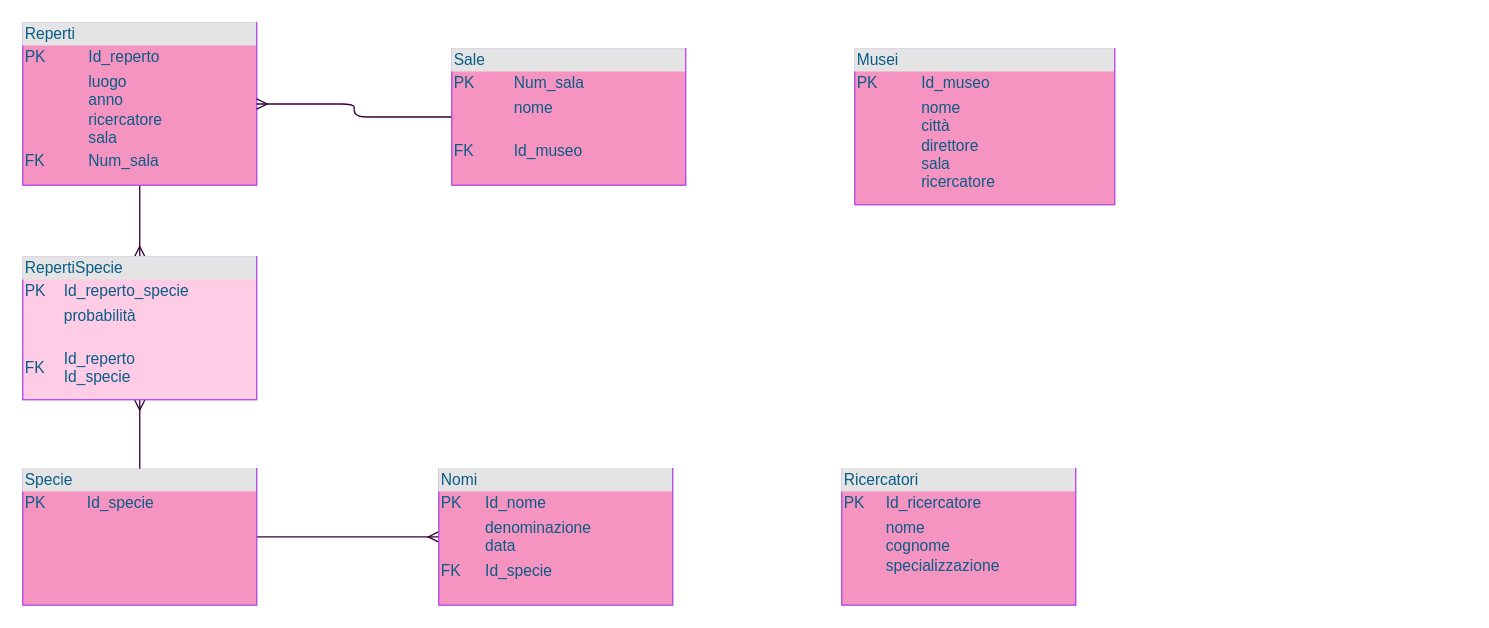
Before: paleontologia.drawio in giadaventurini-pixel/vivailmelita, a draw.io diagram. Source tidied: cells renumbered, new cells numbered last; positions are measured from the earlier drawing's top-left corner, leaving out a move shared by most shapes. Both pictures are drawn from the tidied source at 130%, with x=0, y=0 at pixel (22, 22).
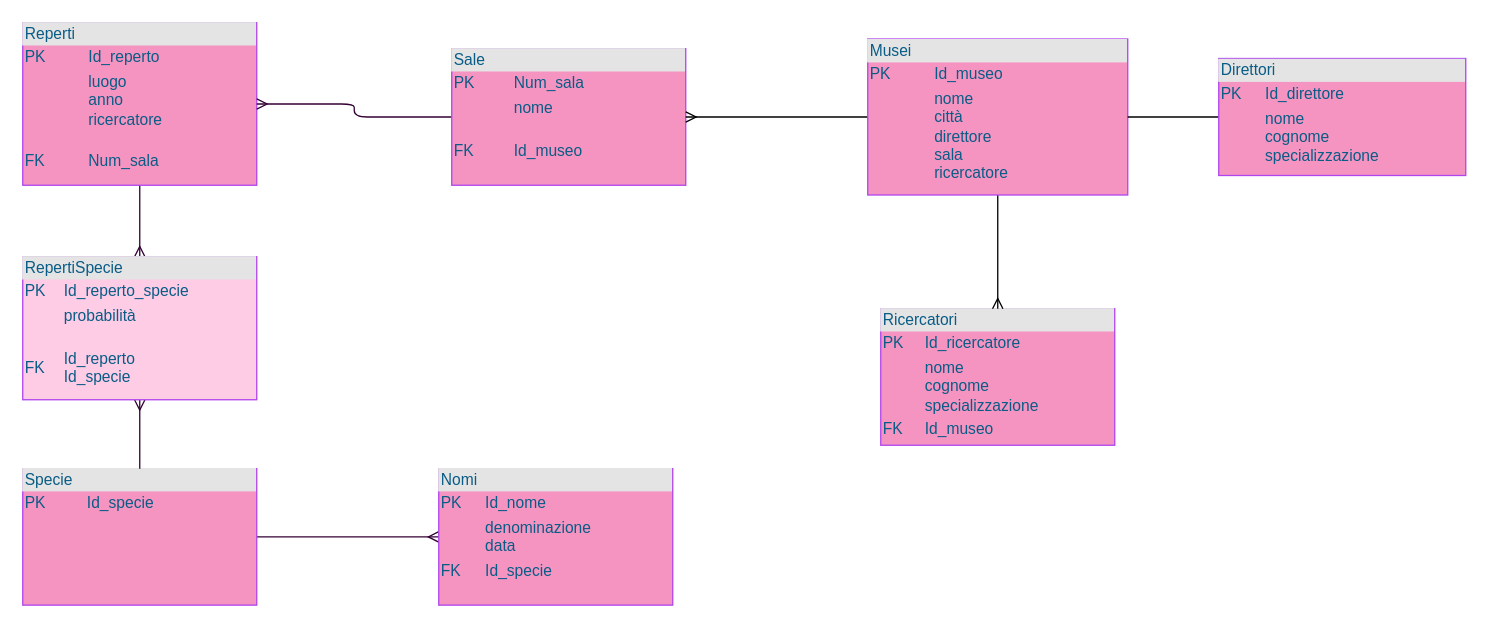
The same diagram, later.

What changed in the source:
```diff
@@
 <mxGraphModel>
   <root>
     <mxCell id="0" />
     <mxCell id="1" parent="0" />
     <mxCell id="2" style="edgeStyle=orthogonalEdgeStyle;curved=0;rounded=1;sketch=0;jettySize=auto;html=1;entryX=0;entryY=0.5;entryDx=0;entryDy=0;fillColor=#F694C1;fontColor=#095C86;endArrow=ERmany;endFill=0;strokeColor=#330033;exitX=1;exitY=0.5;exitDx=0;exitDy=0;" parent="1" edge="1" source="9" target="10">
       <mxGeometry relative="1" as="geometry" />
     </mxCell>
     <mxCell id="3" style="edgeStyle=orthogonalEdgeStyle;curved=0;rounded=1;sketch=0;jettySize=auto;html=1;endArrow=ERmany;endFill=0;strokeColor=#330033;fillColor=#F694C1;fontColor=#095C86;exitX=0.5;exitY=1;exitDx=0;exitDy=0;entryX=0.5;entryY=0;entryDx=0;entryDy=0;" parent="1" edge="1" source="4" target="12">
       <mxGeometry relative="1" as="geometry" />
     </mxCell>
-    <mxCell id="4" value="&lt;div style=&quot;box-sizing: border-box ; width: 100% ; background: #e4e4e4 ; padding: 2px&quot;&gt;Reperti&lt;/div&gt;&lt;table style=&quot;width: 100% ; font-size: 1em&quot; cellpadding=&quot;2&quot; cellspacing=&quot;0&quot;&gt;&lt;tbody&gt;&lt;tr&gt;&lt;td&gt;PK&lt;/td&gt;&lt;td&gt;Id_reperto&lt;br&gt;&lt;/td&gt;&lt;/tr&gt;&lt;tr&gt;&lt;td&gt;&lt;br&gt;&lt;/td&gt;&lt;td&gt;luogo&lt;br&gt;anno&lt;br&gt;ricercatore&lt;br&gt;sala&lt;/td&gt;&lt;/tr&gt;&lt;tr&gt;&lt;td&gt;FK&amp;nbsp;&lt;/td&gt;&lt;td&gt;Num_sala&lt;/td&gt;&lt;/tr&gt;&lt;/tbody&gt;&lt;/table&gt;" style="verticalAlign=top;align=left;overflow=fill;html=1;fillColor=#F694C1;strokeColor=#AF45ED;fontColor=#095C86;" parent="1" vertex="1">
+    <mxCell id="4" value="&lt;div style=&quot;box-sizing: border-box ; width: 100% ; background: #e4e4e4 ; padding: 2px&quot;&gt;Reperti&lt;/div&gt;&lt;table style=&quot;width: 100% ; font-size: 1em&quot; cellpadding=&quot;2&quot; cellspacing=&quot;0&quot;&gt;&lt;tbody&gt;&lt;tr&gt;&lt;td&gt;PK&lt;/td&gt;&lt;td&gt;Id_reperto&lt;br&gt;&lt;/td&gt;&lt;/tr&gt;&lt;tr&gt;&lt;td&gt;&lt;br&gt;&lt;/td&gt;&lt;td&gt;luogo&lt;br&gt;anno&lt;br&gt;ricercatore&lt;br&gt;&lt;br&gt;&lt;/td&gt;&lt;/tr&gt;&lt;tr&gt;&lt;td&gt;FK&amp;nbsp;&lt;/td&gt;&lt;td&gt;Num_sala&lt;/td&gt;&lt;/tr&gt;&lt;/tbody&gt;&lt;/table&gt;" style="verticalAlign=top;align=left;overflow=fill;html=1;fillColor=#F694C1;strokeColor=#AF45ED;fontColor=#095C86;" parent="1" vertex="1">
       <mxGeometry width="180" height="125" as="geometry" />
     </mxCell>
-    <mxCell id="5" value="&lt;div style=&quot;box-sizing: border-box ; width: 100% ; background: #e4e4e4 ; padding: 2px&quot;&gt;Ricercatori&lt;/div&gt;&lt;table style=&quot;width: 100% ; font-size: 1em&quot; cellpadding=&quot;2&quot; cellspacing=&quot;0&quot;&gt;&lt;tbody&gt;&lt;tr&gt;&lt;td&gt;PK&lt;/td&gt;&lt;td&gt;Id_ricercatore&lt;br&gt;&lt;/td&gt;&lt;/tr&gt;&lt;tr&gt;&lt;td&gt;&lt;br&gt;&lt;/td&gt;&lt;td&gt;nome&lt;br&gt;cognome&lt;br&gt;specializzazione&lt;/td&gt;&lt;/tr&gt;&lt;tr&gt;&lt;td&gt;&lt;br&gt;&lt;/td&gt;&lt;td&gt;&lt;/td&gt;&lt;/tr&gt;&lt;/tbody&gt;&lt;/table&gt;" style="verticalAlign=top;align=left;overflow=fill;html=1;fillColor=#F694C1;strokeColor=#AF45ED;fontColor=#095C86;" parent="1" vertex="1">
-      <mxGeometry x="630" y="343" width="180" height="105" as="geometry" />
+    <mxCell id="5" value="&lt;div style=&quot;box-sizing: border-box ; width: 100% ; background: #e4e4e4 ; padding: 2px&quot;&gt;Ricercatori&lt;/div&gt;&lt;table style=&quot;width: 100% ; font-size: 1em&quot; cellpadding=&quot;2&quot; cellspacing=&quot;0&quot;&gt;&lt;tbody&gt;&lt;tr&gt;&lt;td&gt;PK&lt;/td&gt;&lt;td&gt;Id_ricercatore&lt;br&gt;&lt;/td&gt;&lt;/tr&gt;&lt;tr&gt;&lt;td&gt;&lt;br&gt;&lt;/td&gt;&lt;td&gt;nome&lt;br&gt;cognome&lt;br&gt;specializzazione&lt;/td&gt;&lt;/tr&gt;&lt;tr&gt;&lt;td&gt;FK&lt;/td&gt;&lt;td&gt;Id_museo&lt;/td&gt;&lt;/tr&gt;&lt;/tbody&gt;&lt;/table&gt;" style="verticalAlign=top;align=left;overflow=fill;html=1;fillColor=#F694C1;fontColor=#095C86;strokeColor=#AF45ED;" parent="1" vertex="1">
+      <mxGeometry x="660" y="220" width="180" height="105" as="geometry" />
     </mxCell>
     <mxCell id="6" style="edgeStyle=orthogonalEdgeStyle;curved=0;rounded=1;sketch=0;jettySize=auto;html=1;exitX=0;exitY=0.5;exitDx=0;exitDy=0;entryX=1;entryY=0.5;entryDx=0;entryDy=0;endArrow=ERmany;endFill=0;strokeColor=#330033;fillColor=#F694C1;fontColor=#095C86;" parent="1" edge="1" source="7" target="4">
       <mxGeometry relative="1" as="geometry" />
     </mxCell>
     <mxCell id="7" value="&lt;div style=&quot;box-sizing: border-box ; width: 100% ; background: #e4e4e4 ; padding: 2px&quot;&gt;Sale&lt;/div&gt;&lt;table style=&quot;width: 100% ; font-size: 1em&quot; cellpadding=&quot;2&quot; cellspacing=&quot;0&quot;&gt;&lt;tbody&gt;&lt;tr&gt;&lt;td&gt;PK&lt;/td&gt;&lt;td&gt;Num_sala&lt;/td&gt;&lt;/tr&gt;&lt;tr&gt;&lt;td&gt;&lt;br&gt;&lt;/td&gt;&lt;td&gt;nome&lt;/td&gt;&lt;/tr&gt;&lt;tr&gt;&lt;td&gt;FK&lt;/td&gt;&lt;td&gt;&lt;br&gt;Id_museo&lt;br&gt;&lt;br&gt;&lt;/td&gt;&lt;/tr&gt;&lt;/tbody&gt;&lt;/table&gt;" style="verticalAlign=top;align=left;overflow=fill;html=1;fillColor=#F694C1;strokeColor=#AF45ED;fontColor=#095C86;" parent="1" vertex="1">
       <mxGeometry x="330" y="20" width="180" height="105" as="geometry" />
     </mxCell>
+    <mxCell id="13" style="edgeStyle=orthogonalEdgeStyle;rounded=0;jettySize=auto;html=1;entryX=0.5;entryY=0;entryDx=0;entryDy=0;endArrow=ERmany;endFill=0;fontColor=#095C86;" parent="1" edge="1" source="8" target="5">
+      <mxGeometry relative="1" as="geometry" />
+    </mxCell>
+    <mxCell id="14" style="edgeStyle=orthogonalEdgeStyle;rounded=0;jettySize=auto;html=1;entryX=1;entryY=0.5;entryDx=0;entryDy=0;endArrow=ERmany;endFill=0;fontColor=#095C86;" parent="1" edge="1" source="8" target="7">
+      <mxGeometry relative="1" as="geometry" />
+    </mxCell>
-    <mxCell id="8" value="&lt;div style=&quot;box-sizing: border-box ; width: 100% ; background: #e4e4e4 ; padding: 2px&quot;&gt;Musei&lt;/div&gt;&lt;table style=&quot;width: 100% ; font-size: 1em&quot; cellpadding=&quot;2&quot; cellspacing=&quot;0&quot;&gt;&lt;tbody&gt;&lt;tr&gt;&lt;td&gt;PK&lt;/td&gt;&lt;td&gt;Id_museo&lt;br&gt;&lt;/td&gt;&lt;/tr&gt;&lt;tr&gt;&lt;td&gt;&lt;br&gt;&lt;/td&gt;&lt;td&gt;nome&lt;br&gt;città&lt;br&gt;direttore&lt;br&gt;sala&lt;br&gt;ricercatore&lt;/td&gt;&lt;/tr&gt;&lt;tr&gt;&lt;td&gt;&lt;br&gt;&lt;/td&gt;&lt;td&gt;&lt;/td&gt;&lt;/tr&gt;&lt;/tbody&gt;&lt;/table&gt;" style="verticalAlign=top;align=left;overflow=fill;html=1;fillColor=#F694C1;strokeColor=#AF45ED;fontColor=#095C86;" parent="1" vertex="1">
-      <mxGeometry x="640" y="20" width="200" height="120" as="geometry" />
+    <mxCell id="8" value="&lt;div style=&quot;box-sizing: border-box ; width: 100% ; background: #e4e4e4 ; padding: 2px&quot;&gt;Musei&lt;/div&gt;&lt;table style=&quot;width: 100% ; font-size: 1em&quot; cellpadding=&quot;2&quot; cellspacing=&quot;0&quot;&gt;&lt;tbody&gt;&lt;tr&gt;&lt;td&gt;PK&lt;/td&gt;&lt;td&gt;Id_museo&lt;br&gt;&lt;/td&gt;&lt;/tr&gt;&lt;tr&gt;&lt;td&gt;&lt;br&gt;&lt;/td&gt;&lt;td&gt;nome&lt;br&gt;città&lt;br&gt;direttore&lt;br&gt;sala&lt;br&gt;ricercatore&lt;/td&gt;&lt;/tr&gt;&lt;tr&gt;&lt;td&gt;&lt;br&gt;&lt;/td&gt;&lt;td&gt;&lt;/td&gt;&lt;/tr&gt;&lt;/tbody&gt;&lt;/table&gt;" style="verticalAlign=top;align=left;overflow=fill;html=1;strokeColor=#AF45ED;fillColor=#F694C1;fontColor=#095C86;" parent="1" vertex="1">
+      <mxGeometry x="650" y="12.5" width="200" height="120" as="geometry" />
     </mxCell>
     <mxCell id="9" value="&lt;div style=&quot;box-sizing: border-box ; width: 100% ; background: #e4e4e4 ; padding: 2px&quot;&gt;Specie&lt;/div&gt;&lt;table style=&quot;width: 100% ; font-size: 1em&quot; cellpadding=&quot;2&quot; cellspacing=&quot;0&quot;&gt;&lt;tbody&gt;&lt;tr&gt;&lt;td&gt;PK&lt;/td&gt;&lt;td&gt;Id_specie&lt;/td&gt;&lt;/tr&gt;&lt;tr&gt;&lt;td&gt;&lt;br&gt;&lt;/td&gt;&lt;td&gt;&lt;br&gt;&lt;/td&gt;&lt;/tr&gt;&lt;tr&gt;&lt;td&gt;&lt;br&gt;&lt;/td&gt;&lt;td&gt;&lt;/td&gt;&lt;/tr&gt;&lt;/tbody&gt;&lt;/table&gt;" style="verticalAlign=top;align=left;overflow=fill;html=1;fillColor=#F694C1;strokeColor=#AF45ED;fontColor=#095C86;" parent="1" vertex="1">
       <mxGeometry y="343" width="180" height="105" as="geometry" />
     </mxCell>
     <mxCell id="10" value="&lt;div style=&quot;box-sizing: border-box ; width: 100% ; background: #e4e4e4 ; padding: 2px&quot;&gt;Nomi&lt;/div&gt;&lt;table style=&quot;width: 100% ; font-size: 1em&quot; cellpadding=&quot;2&quot; cellspacing=&quot;0&quot;&gt;&lt;tbody&gt;&lt;tr&gt;&lt;td&gt;PK&lt;/td&gt;&lt;td&gt;Id_nome&lt;br&gt;&lt;/td&gt;&lt;/tr&gt;&lt;tr&gt;&lt;td&gt;&lt;br&gt;&lt;/td&gt;&lt;td&gt;denominazione&lt;br&gt;data&lt;/td&gt;&lt;/tr&gt;&lt;tr&gt;&lt;td&gt;FK&lt;/td&gt;&lt;td&gt;Id_specie&lt;/td&gt;&lt;/tr&gt;&lt;/tbody&gt;&lt;/table&gt;" style="verticalAlign=top;align=left;overflow=fill;html=1;fillColor=#F694C1;strokeColor=#AF45ED;fontColor=#095C86;" parent="1" vertex="1">
       <mxGeometry x="320" y="343" width="180" height="105" as="geometry" />
     </mxCell>
     <mxCell id="11" style="edgeStyle=orthogonalEdgeStyle;curved=0;rounded=1;sketch=0;jettySize=auto;html=1;exitX=0.5;exitY=0;exitDx=0;exitDy=0;endArrow=ERmany;endFill=0;strokeColor=#330033;fillColor=#F694C1;fontColor=#095C86;entryX=0.5;entryY=1;entryDx=0;entryDy=0;" parent="1" edge="1" source="9" target="12">
       <mxGeometry relative="1" as="geometry" />
     </mxCell>
     <mxCell id="12" value="&lt;div style=&quot;box-sizing: border-box ; width: 100% ; background: #e4e4e4 ; padding: 2px&quot;&gt;RepertiSpecie&lt;/div&gt;&lt;table style=&quot;width: 100% ; font-size: 1em&quot; cellpadding=&quot;2&quot; cellspacing=&quot;0&quot;&gt;&lt;tbody&gt;&lt;tr&gt;&lt;td&gt;PK&lt;/td&gt;&lt;td&gt;Id_reperto_specie&lt;/td&gt;&lt;/tr&gt;&lt;tr&gt;&lt;td&gt;&lt;br&gt;&lt;/td&gt;&lt;td&gt;probabilità&lt;br&gt;&lt;br&gt;&lt;/td&gt;&lt;/tr&gt;&lt;tr&gt;&lt;td&gt;FK&lt;/td&gt;&lt;td&gt;Id_reperto&amp;nbsp;&lt;br&gt;Id_specie&lt;/td&gt;&lt;/tr&gt;&lt;/tbody&gt;&lt;/table&gt;" style="verticalAlign=top;align=left;overflow=fill;html=1;strokeColor=#AF45ED;fontColor=#095C86;fillColor=#FFCCE6;" parent="1" vertex="1">
       <mxGeometry y="180" width="180" height="110" as="geometry" />
     </mxCell>
+    <mxCell id="15" style="edgeStyle=orthogonalEdgeStyle;rounded=0;jettySize=auto;html=1;entryX=1;entryY=0.5;entryDx=0;entryDy=0;endArrow=none;endFill=0;fontColor=#095C86;" parent="1" edge="1" source="16" target="8">
+      <mxGeometry relative="1" as="geometry" />
+    </mxCell>
+    <mxCell id="16" value="&lt;div style=&quot;box-sizing: border-box ; width: 100% ; background: #e4e4e4 ; padding: 2px&quot;&gt;Direttori&lt;/div&gt;&lt;table style=&quot;width: 100% ; font-size: 1em&quot; cellpadding=&quot;2&quot; cellspacing=&quot;0&quot;&gt;&lt;tbody&gt;&lt;tr&gt;&lt;td&gt;PK&lt;/td&gt;&lt;td&gt;Id_direttore&lt;/td&gt;&lt;/tr&gt;&lt;tr&gt;&lt;td&gt;&lt;br&gt;&lt;/td&gt;&lt;td&gt;nome&lt;br&gt;cognome&lt;br&gt;specializzazione&lt;/td&gt;&lt;/tr&gt;&lt;/tbody&gt;&lt;/table&gt;" style="verticalAlign=top;align=left;overflow=fill;html=1;fillColor=#F694C1;strokeColor=#AF45ED;fontColor=#095C86;" parent="1" vertex="1">
+      <mxGeometry x="920" y="27.5" width="190" height="90" as="geometry" />
+    </mxCell>
   </root>
 </mxGraphModel>
```
